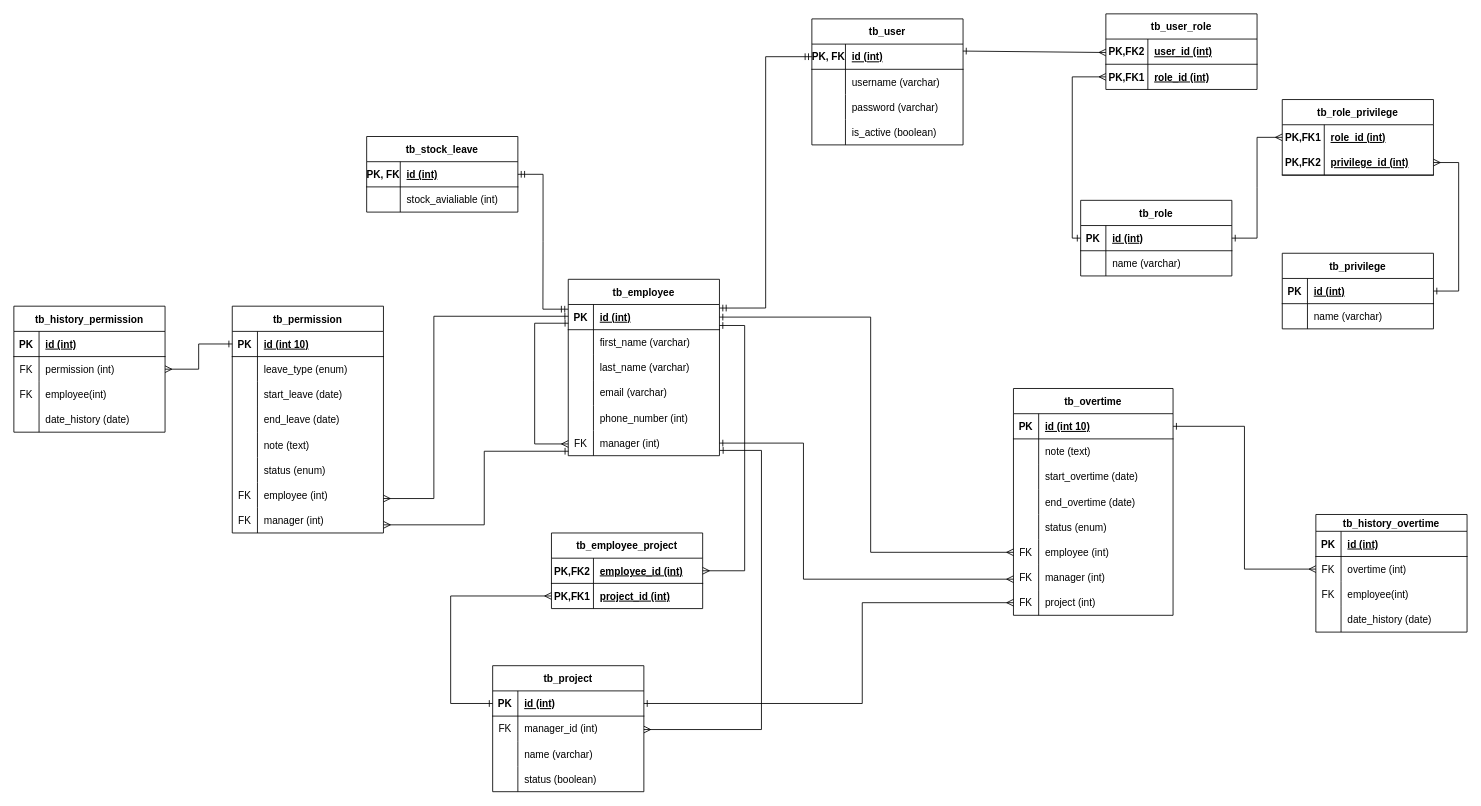
zarmintaa/Skripsi keeps this draw.io diagram as Final.drawio. Above is the earlier version. Source tidied: cells renumbered, new cells numbered last; positions are measured from the earlier drawing's top-left corner, leaving out a move shared by most shapes. Both pictures are drawn from the tidied source at 84%, with x=0, y=0 at pixel (13, 13).
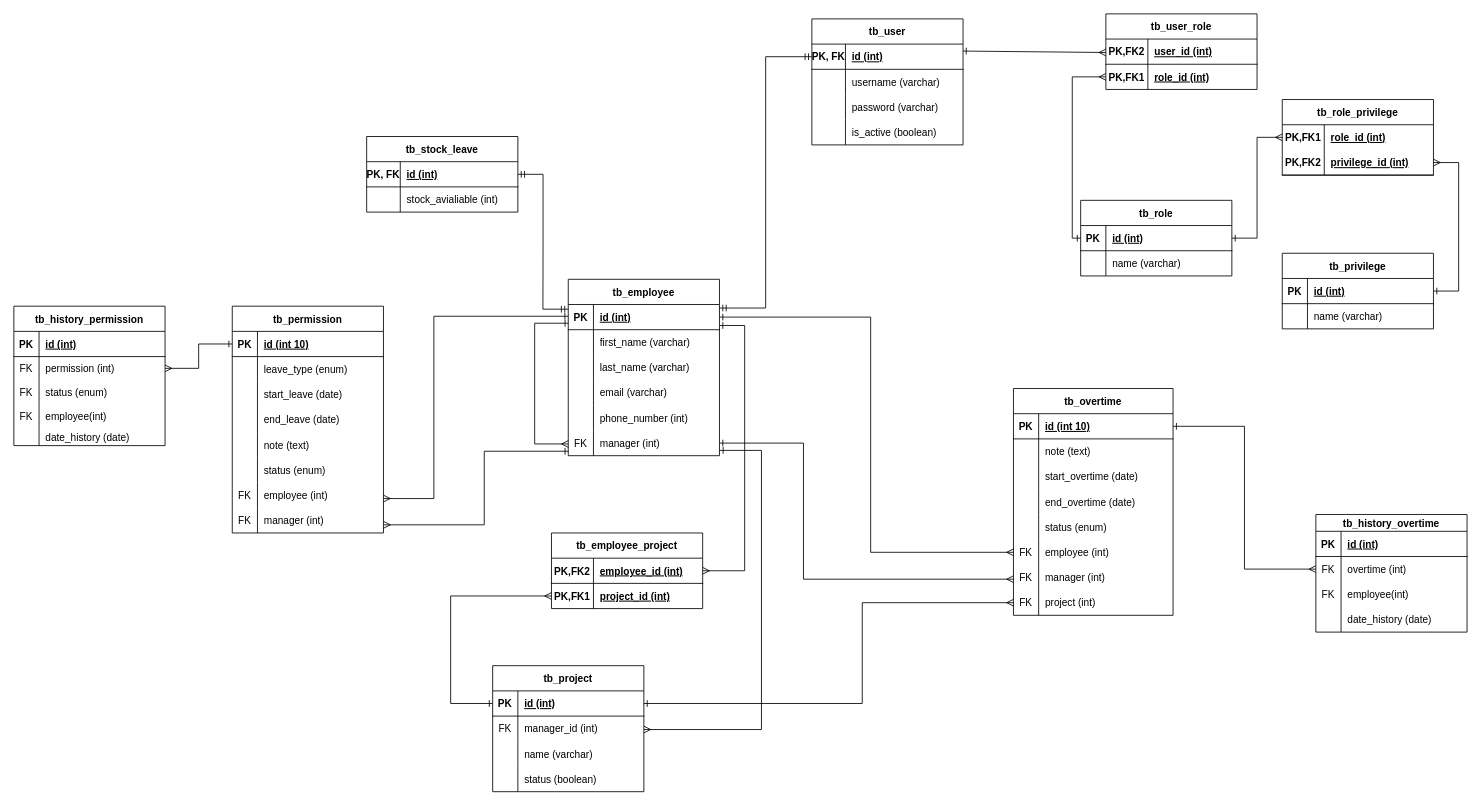
After the change.

Change to the diagram source:
```diff
@@
     <mxCell id="82" value="tb_history_permission" style="shape=table;startSize=30;childLayout=tableLayout;rowLines=0;fontStyle=1;align=center;" parent="1" vertex="1">
-      <mxGeometry y="348" width="180" height="150" as="geometry" />
+      <mxGeometry y="348" width="180" height="166" as="geometry" />
     </mxCell>
@@
     <mxCell id="86" style="shape=tableRow;horizontal=0;startSize=0;swimlaneHead=0;swimlaneBody=0;fillColor=none;points=[[0,0.5],[1,0.5]];portConstraint=eastwest;top=0;left=0;right=0;bottom=0;" parent="82" vertex="1">
-      <mxGeometry y="60" width="180" height="30" as="geometry" />
+      <mxGeometry y="60" width="180" height="28" as="geometry" />
     </mxCell>
     <mxCell id="87" value="FK" style="shape=partialRectangle;fillColor=none;top=0;left=0;bottom=0;right=0;overflow=hidden;" parent="86" vertex="1">
-      <mxGeometry width="30" height="30" as="geometry" />
+      <mxGeometry width="30" height="28" as="geometry" />
     </mxCell>
     <mxCell id="88" value="permission (int)" style="shape=partialRectangle;fillColor=none;top=0;left=0;bottom=0;right=0;align=left;spacingLeft=6;overflow=hidden;" parent="86" vertex="1">
-      <mxGeometry x="30" width="150" height="30" as="geometry" />
+      <mxGeometry x="30" width="150" height="28" as="geometry" />
     </mxCell>
+    <mxCell id="182" style="shape=tableRow;horizontal=0;startSize=0;swimlaneHead=0;swimlaneBody=0;fillColor=none;top=0;left=0;right=0;bottom=0;" parent="82" vertex="1">
+      <mxGeometry y="88" width="180" height="28" as="geometry" />
+    </mxCell>
+    <mxCell id="183" value="FK" style="shape=partialRectangle;fillColor=none;top=0;left=0;bottom=0;right=0;overflow=hidden;" parent="182" vertex="1">
+      <mxGeometry width="30" height="28" as="geometry" />
+    </mxCell>
+    <mxCell id="184" value="status (enum)" style="shape=partialRectangle;fillColor=none;top=0;left=0;bottom=0;right=0;align=left;spacingLeft=6;overflow=hidden;" parent="182" vertex="1">
+      <mxGeometry x="30" width="150" height="28" as="geometry" />
+    </mxCell>
     <mxCell id="89" style="shape=tableRow;horizontal=0;startSize=0;swimlaneHead=0;swimlaneBody=0;fillColor=none;top=0;left=0;right=0;bottom=0;" parent="82" vertex="1">
-      <mxGeometry y="90" width="180" height="30" as="geometry" />
+      <mxGeometry y="116" width="180" height="30" as="geometry" />
     </mxCell>
@@
     <mxCell id="92" style="shape=tableRow;horizontal=0;startSize=0;swimlaneHead=0;swimlaneBody=0;fillColor=none;top=0;left=0;right=0;bottom=0;" parent="82" vertex="1">
-      <mxGeometry y="120" width="180" height="30" as="geometry" />
+      <mxGeometry y="146" width="180" height="20" as="geometry" />
     </mxCell>
     <mxCell id="93" style="shape=partialRectangle;fillColor=none;top=0;left=0;bottom=0;right=0;overflow=hidden;" parent="92" vertex="1">
-      <mxGeometry width="30" height="30" as="geometry" />
+      <mxGeometry width="30" height="20" as="geometry" />
     </mxCell>
     <mxCell id="94" value="date_history (date)" style="shape=partialRectangle;fillColor=none;top=0;left=0;bottom=0;right=0;align=left;spacingLeft=6;overflow=hidden;" parent="92" vertex="1">
-      <mxGeometry x="30" width="150" height="30" as="geometry" />
+      <mxGeometry x="30" width="150" height="20" as="geometry" />
     </mxCell>
```
